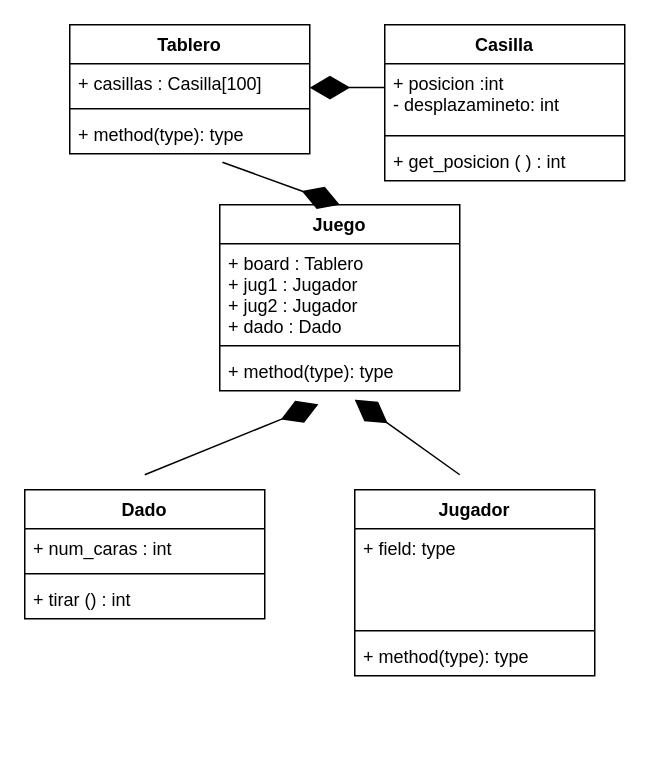
GruposTEC/AD24TC1033-301 keeps this draw.io diagram as sesion3/serpiente-escalera.drawio. Above is the earlier version. Source tidied: cells renumbered, new cells numbered last; positions are measured from the earlier drawing's top-left corner, leaving out a move shared by most shapes. Both pictures are drawn from the tidied source at 150%, with x=0, y=0 at pixel (24, 24).
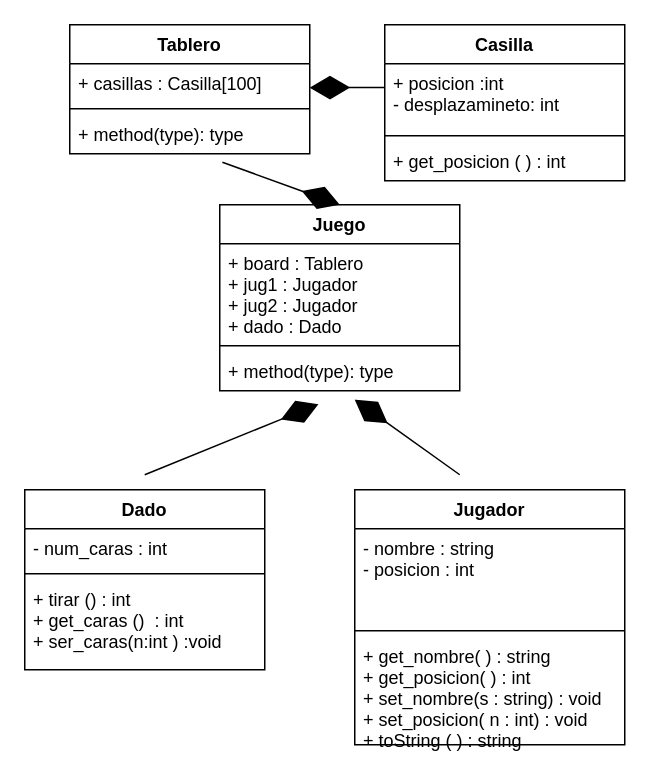
Above is the later version.

The edit, as a diff of the source:
```diff
@@
     <mxCell id="11" value="Dado" style="swimlane;fontStyle=1;align=center;verticalAlign=top;horizontal=1;startSize=26;" parent="1" vertex="1">
-      <mxGeometry y="310" width="160" height="86" as="geometry" />
+      <mxGeometry y="310" width="160" height="120" as="geometry" />
     </mxCell>
-    <mxCell id="12" value="+ num_caras : int" style="text;strokeColor=none;fillColor=none;align=left;verticalAlign=top;spacingLeft=4;spacingRight=4;overflow=hidden;" parent="11" vertex="1">
+    <mxCell id="12" value="- num_caras : int" style="text;strokeColor=none;fillColor=none;align=left;verticalAlign=top;spacingLeft=4;spacingRight=4;overflow=hidden;" parent="11" vertex="1">
       <mxGeometry y="26" width="160" height="26" as="geometry" />
     </mxCell>
@@
-    <mxCell id="14" value="+ tirar () : int" style="text;strokeColor=none;fillColor=none;align=left;verticalAlign=top;spacingLeft=4;spacingRight=4;overflow=hidden;" parent="11" vertex="1">
-      <mxGeometry y="60" width="160" height="26" as="geometry" />
+    <mxCell id="14" value="+ tirar () : int&#10;+ get_caras ()  : int&#10;+ ser_caras(n:int ) :void" style="text;strokeColor=none;fillColor=none;align=left;verticalAlign=top;spacingLeft=4;spacingRight=4;overflow=hidden;" parent="11" vertex="1">
+      <mxGeometry y="60" width="160" height="60" as="geometry" />
     </mxCell>
     <mxCell id="15" value="Jugador" style="swimlane;fontStyle=1;align=center;verticalAlign=top;horizontal=1;startSize=26;" parent="1" vertex="1">
-      <mxGeometry x="220" y="310" width="160" height="124" as="geometry" />
+      <mxGeometry x="220" y="310" width="180" height="170" as="geometry" />
     </mxCell>
-    <mxCell id="16" value="+ field: type" style="text;strokeColor=none;fillColor=none;align=left;verticalAlign=top;spacingLeft=4;spacingRight=4;overflow=hidden;" parent="15" vertex="1">
-      <mxGeometry y="26" width="160" height="64" as="geometry" />
+    <mxCell id="16" value="- nombre : string&#10;- posicion : int" style="text;strokeColor=none;fillColor=none;align=left;verticalAlign=top;spacingLeft=4;spacingRight=4;overflow=hidden;" parent="15" vertex="1">
+      <mxGeometry y="26" width="180" height="64" as="geometry" />
     </mxCell>
     <mxCell id="17" style="line;strokeWidth=1;fillColor=none;align=left;verticalAlign=middle;spacingTop=-1;spacingLeft=3;spacingRight=3;labelPosition=right;strokeColor=inherit;" parent="15" vertex="1">
-      <mxGeometry y="90" width="160" height="8" as="geometry" />
+      <mxGeometry y="90" width="180" height="8" as="geometry" />
     </mxCell>
-    <mxCell id="18" value="+ method(type): type" style="text;strokeColor=none;fillColor=none;align=left;verticalAlign=top;spacingLeft=4;spacingRight=4;overflow=hidden;" parent="15" vertex="1">
-      <mxGeometry y="98" width="160" height="26" as="geometry" />
+    <mxCell id="18" value="+ get_nombre( ) : string&#10;+ get_posicion( ) : int&#10;+ set_nombre(s : string) : void&#10;+ set_posicion( n : int) : void&#10;+ toString ( ) : string" style="text;strokeColor=none;fillColor=none;align=left;verticalAlign=top;spacingLeft=4;spacingRight=4;overflow=hidden;" parent="15" vertex="1">
+      <mxGeometry y="98" width="180" height="72" as="geometry" />
     </mxCell>
```
